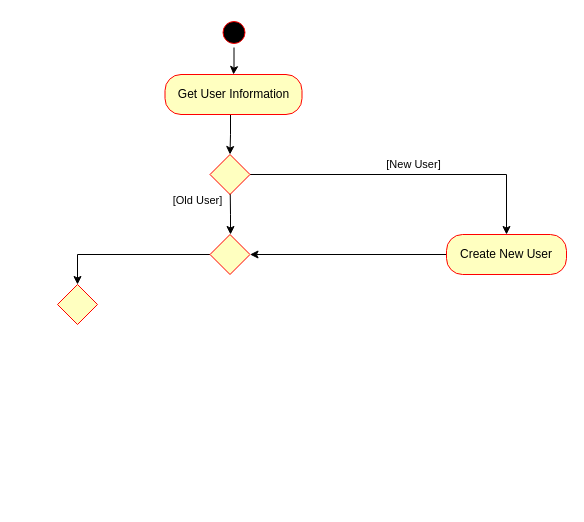
Above: General Analyze and Design/Scrum Master Activity Diagram.drawio in amirabbas8/ScrumOfficer (draw.io), before the change. Source tidied: cells renumbered, new cells numbered last; positions are measured from the earlier drawing's top-left corner, leaving out a move shared by most shapes. Both pictures are drawn from the tidied source at 100%, with x=0, y=0 at pixel (57, 17).
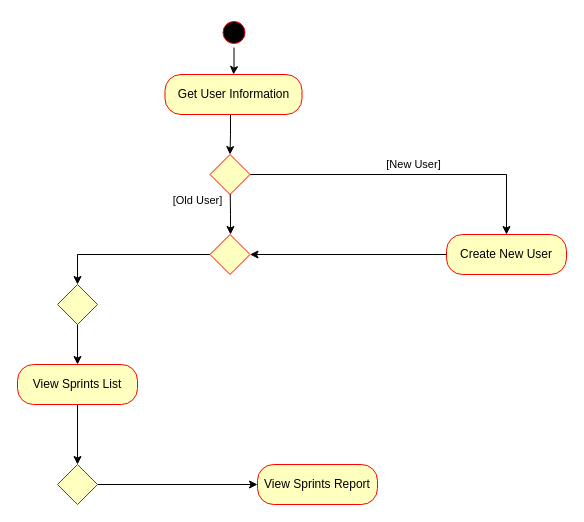
After the change.

Unchanged cells that the change refers to:
```xml
<mxCell id="13" style="shape=rhombus;html=1;verticalLabelPosition=top;verticalAlignment=bottom;fillColor=#FFFFC0;strokeColor=#FF0000;" parent="1" vertex="1">
  <mxGeometry y="267" width="40" height="40" as="geometry" />
</mxCell>
```

The edit, as a diff of the source:
```diff
@@
+    <mxCell id="14" style="edgeStyle=orthogonalEdgeStyle;rounded=0;jettySize=auto;html=1;" parent="1" edge="1" source="13" target="16">
+      <mxGeometry relative="1" as="geometry" />
+    </mxCell>
@@
+    <mxCell id="15" style="edgeStyle=orthogonalEdgeStyle;rounded=0;jettySize=auto;html=1;entryX=0.5;entryY=0;entryDx=0;entryDy=0;" parent="1" edge="1" source="16" target="18">
+      <mxGeometry relative="1" as="geometry" />
+    </mxCell>
+    <mxCell id="16" value="View Sprints List" style="rounded=1;whiteSpace=wrap;html=1;arcSize=40;fontColor=#000000;fillColor=#ffffc0;strokeColor=#ff0000;labelBackgroundColor=none;" parent="1" vertex="1">
+      <mxGeometry x="-40" y="347" width="120" height="40" as="geometry" />
+    </mxCell>
+    <mxCell id="17" style="edgeStyle=orthogonalEdgeStyle;rounded=0;jettySize=auto;html=1;entryX=0;entryY=0.5;entryDx=0;entryDy=0;" parent="1" edge="1" source="18" target="19">
+      <mxGeometry relative="1" as="geometry" />
+    </mxCell>
+    <mxCell id="18" style="shape=rhombus;html=1;verticalLabelPosition=top;verticalAlignment=bottom;fillColor=#FFFFC0;strokeColor=#FF0000;" parent="1" vertex="1">
+      <mxGeometry y="447" width="40" height="40" as="geometry" />
+    </mxCell>
+    <mxCell id="19" value="View Sprints Report" style="rounded=1;whiteSpace=wrap;html=1;arcSize=40;fontColor=#000000;fillColor=#ffffc0;strokeColor=#ff0000;labelBackgroundColor=none;" parent="1" vertex="1">
+      <mxGeometry x="200" y="447" width="120" height="40" as="geometry" />
+    </mxCell>
```
